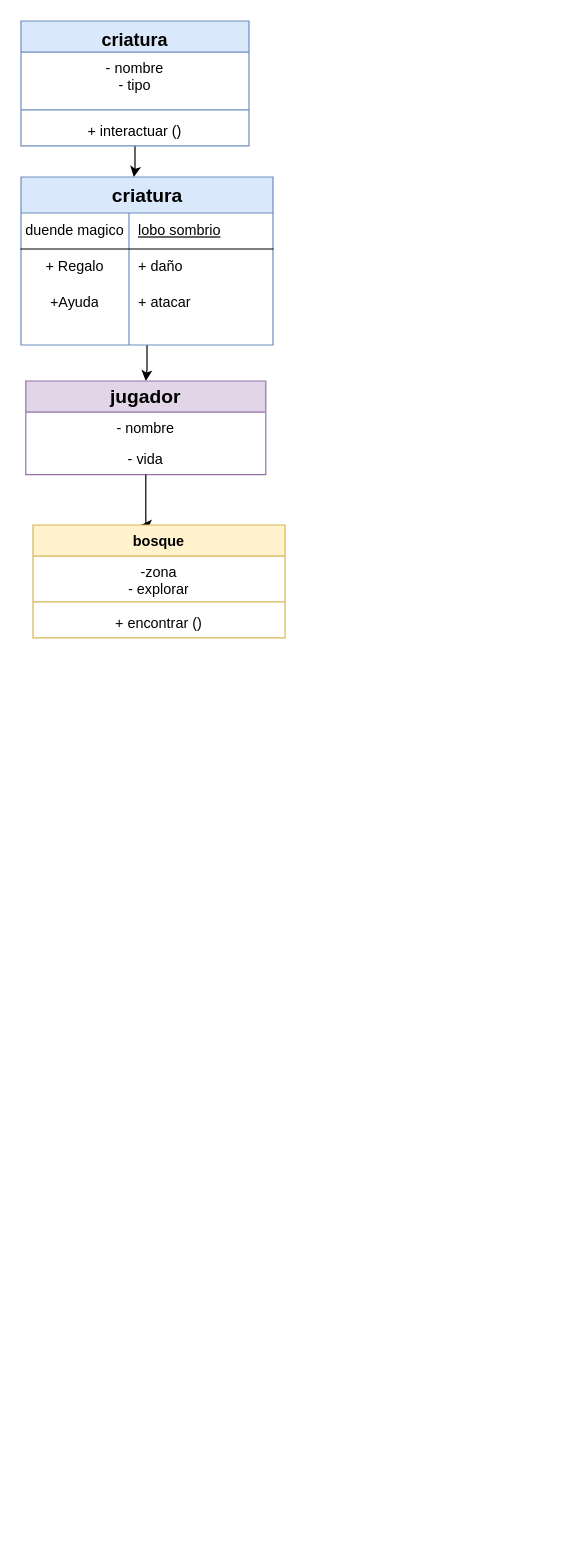
kevinramirez0298/taller2_algoritmo1 keeps this draw.io diagram as diagrama de clase parcial.drawio. Above is the earlier version. Source tidied: cells renumbered, new cells numbered last; positions are measured from the earlier drawing's top-left corner, leaving out a move shared by most shapes. Both pictures are drawn from the tidied source at 120%, with x=0, y=0 at pixel (20, 20).
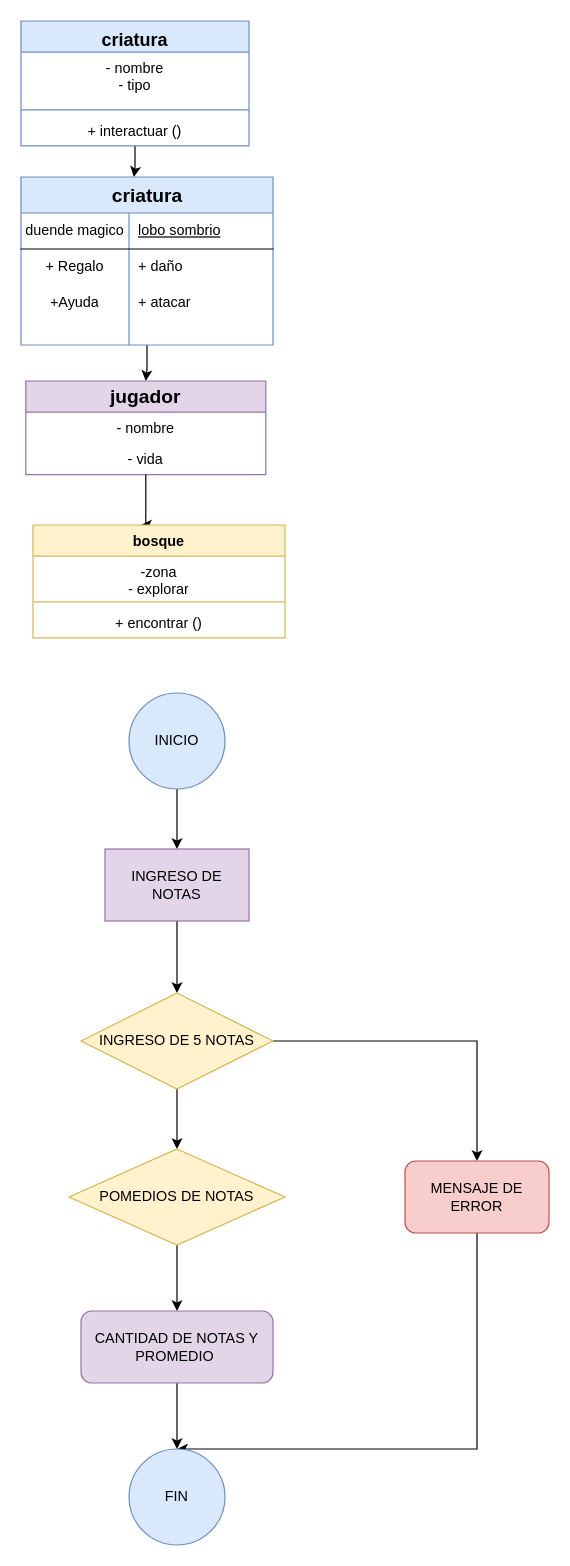
Above is the later version.

Diff of the diagram source:
```diff
@@
+    <mxCell id="29" style="edgeStyle=orthogonalEdgeStyle;rounded=0;jettySize=auto;html=1;entryX=0.5;entryY=0;entryDx=0;entryDy=0;" parent="1" edge="1" source="30" target="32">
+      <mxGeometry relative="1" as="geometry" />
+    </mxCell>
+    <mxCell id="30" value="INICIO" style="ellipse;whiteSpace=wrap;html=1;fillColor=#dae8fc;strokeColor=#6c8ebf;" parent="1" vertex="1">
+      <mxGeometry x="90" y="560" width="80" height="80" as="geometry" />
+    </mxCell>
+    <mxCell id="31" style="edgeStyle=orthogonalEdgeStyle;rounded=0;jettySize=auto;html=1;entryX=0.5;entryY=0;entryDx=0;entryDy=0;" parent="1" edge="1" source="32" target="35">
+      <mxGeometry relative="1" as="geometry" />
+    </mxCell>
+    <mxCell id="32" value="INGRESO DE NOTAS" style="rounded=0;whiteSpace=wrap;html=1;fillColor=#e1d5e7;strokeColor=#9673a6;" parent="1" vertex="1">
+      <mxGeometry x="70" y="690" width="120" height="60" as="geometry" />
+    </mxCell>
+    <mxCell id="33" style="edgeStyle=orthogonalEdgeStyle;rounded=0;jettySize=auto;html=1;entryX=0.5;entryY=0;entryDx=0;entryDy=0;" parent="1" edge="1" source="35" target="39">
+      <mxGeometry relative="1" as="geometry" />
+    </mxCell>
+    <mxCell id="34" style="edgeStyle=orthogonalEdgeStyle;rounded=0;jettySize=auto;html=1;entryX=0.5;entryY=0;entryDx=0;entryDy=0;" parent="1" edge="1" source="35" target="37">
+      <mxGeometry relative="1" as="geometry" />
+    </mxCell>
+    <mxCell id="35" value="INGRESO DE 5 NOTAS" style="rhombus;whiteSpace=wrap;html=1;fillColor=#fff2cc;strokeColor=#d6b656;" parent="1" vertex="1">
+      <mxGeometry x="50" y="810" width="160" height="80" as="geometry" />
+    </mxCell>
+    <mxCell id="36" style="edgeStyle=orthogonalEdgeStyle;rounded=0;jettySize=auto;html=1;entryX=0.5;entryY=0;entryDx=0;entryDy=0;" parent="1" edge="1" source="37" target="41">
+      <mxGeometry relative="1" as="geometry" />
+    </mxCell>
+    <mxCell id="37" value="POMEDIOS DE NOTAS" style="rhombus;whiteSpace=wrap;html=1;fillColor=#fff2cc;strokeColor=#d6b656;" parent="1" vertex="1">
+      <mxGeometry x="40" y="940" width="180" height="80" as="geometry" />
+    </mxCell>
+    <mxCell id="38" style="edgeStyle=orthogonalEdgeStyle;rounded=0;jettySize=auto;html=1;entryX=0.5;entryY=0;entryDx=0;entryDy=0;" parent="1" edge="1" source="39" target="42">
+      <mxGeometry relative="1" as="geometry">
+        <Array as="points">
+          <mxPoint x="380" y="1190" />
+        </Array>
+      </mxGeometry>
+    </mxCell>
+    <mxCell id="39" value="MENSAJE DE ERROR" style="rounded=1;whiteSpace=wrap;html=1;fillColor=#f8cecc;strokeColor=#b85450;" parent="1" vertex="1">
+      <mxGeometry x="320" y="950" width="120" height="60" as="geometry" />
+    </mxCell>
+    <mxCell id="40" style="edgeStyle=orthogonalEdgeStyle;rounded=0;jettySize=auto;html=1;entryX=0.5;entryY=0;entryDx=0;entryDy=0;" parent="1" edge="1" source="41" target="42">
+      <mxGeometry relative="1" as="geometry" />
+    </mxCell>
+    <mxCell id="41" value="CANTIDAD DE NOTAS Y PROMEDIO&amp;nbsp;" style="rounded=1;whiteSpace=wrap;html=1;fillColor=#e1d5e7;strokeColor=#9673a6;" parent="1" vertex="1">
+      <mxGeometry x="50" y="1075" width="160" height="60" as="geometry" />
+    </mxCell>
+    <mxCell id="42" value="FIN" style="ellipse;whiteSpace=wrap;html=1;fillColor=#dae8fc;strokeColor=#6c8ebf;" parent="1" vertex="1">
+      <mxGeometry x="90" y="1190" width="80" height="80" as="geometry" />
+    </mxCell>
```
